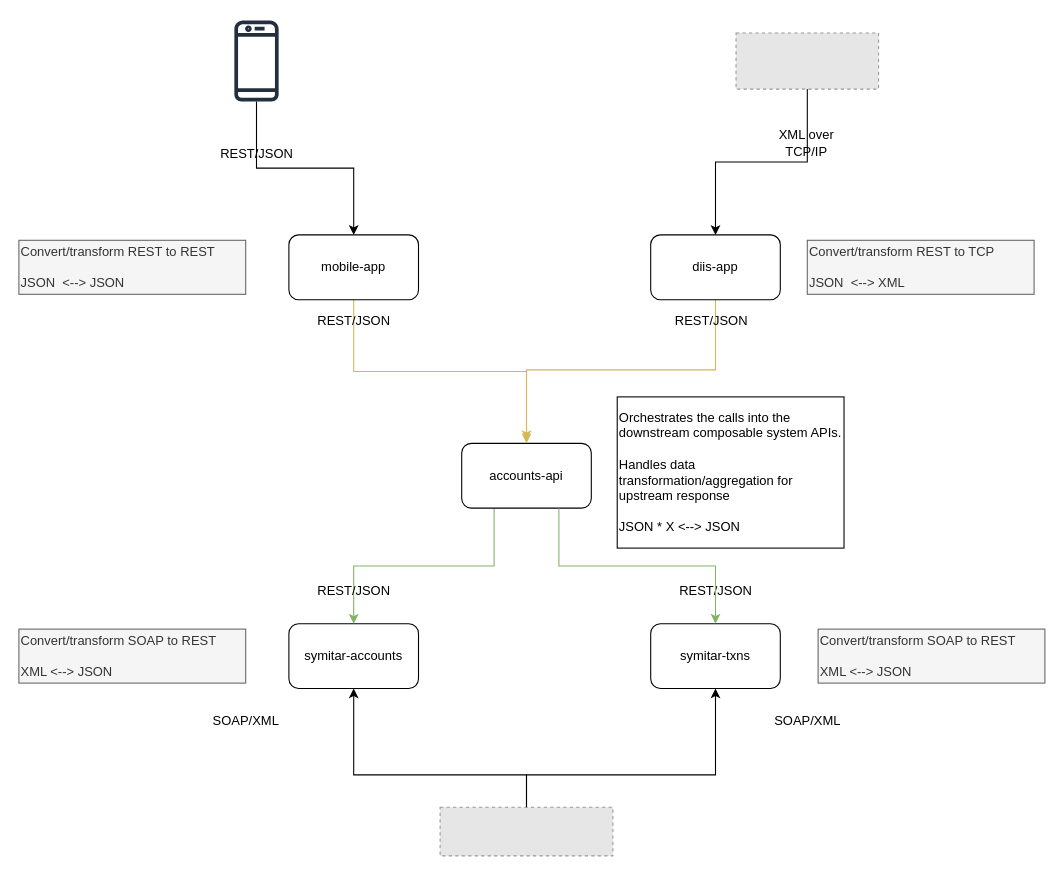
stephenpnscorr/xomdrawi.io keeps this draw.io diagram as foundation/Foundation Common.drawio. Above is the earlier version. Source tidied: cells renumbered, new cells numbered last; positions are measured from the earlier drawing's top-left corner, leaving out a move shared by most shapes. Both pictures are drawn from the tidied source at 108%, with x=0, y=0 at pixel (18, 18). Pictures stored in the file or linked from it are replaced by grey dashed boxes.
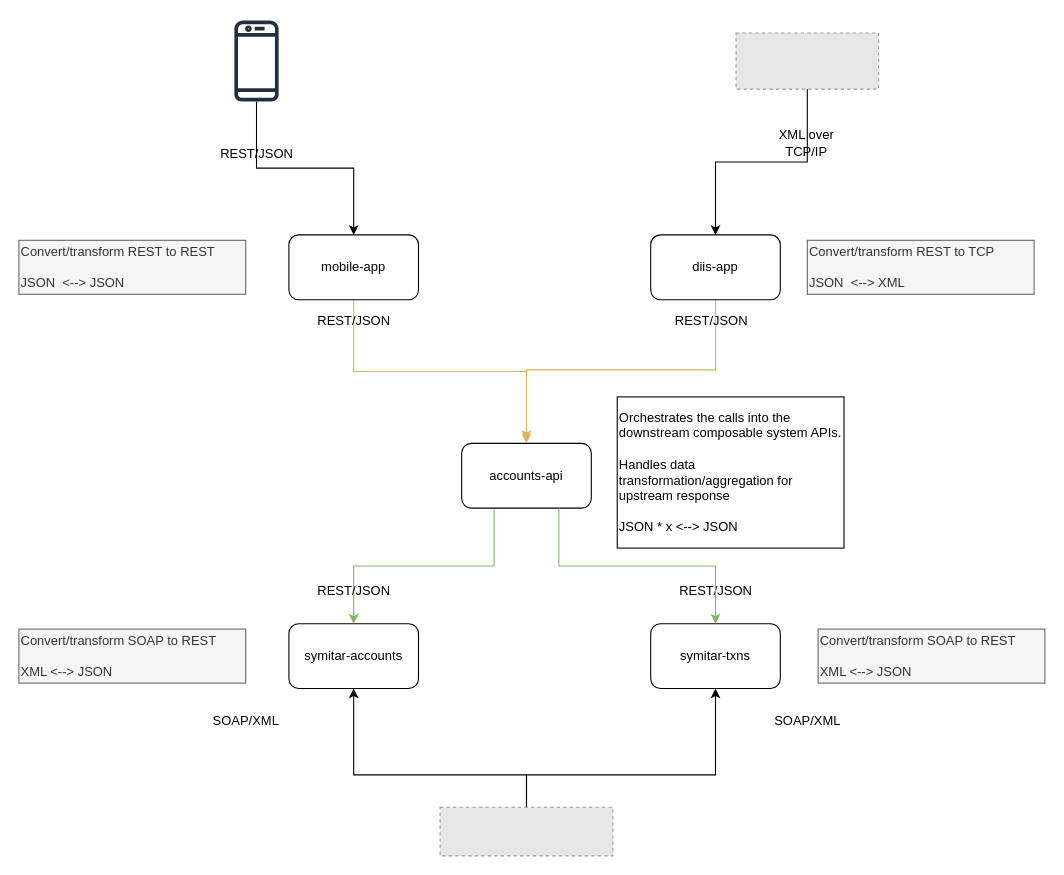
The same page after the edit.

Diff of the diagram source:
```diff
@@
-    <mxCell id="24" value="&lt;div&gt;Orchestrates the calls into the downstream composable system APIs.&lt;/div&gt;&lt;div&gt;&lt;br&gt;&lt;/div&gt;&lt;div&gt;Handles data transformation/aggregation for upstream response&lt;/div&gt;&lt;div&gt;&lt;br&gt;&lt;/div&gt;&lt;div&gt;JSON * X &amp;lt;--&amp;gt; JSON&lt;/div&gt;" style="rounded=0;whiteSpace=wrap;html=1;align=left;" parent="1" vertex="1">
+    <mxCell id="24" value="&lt;div&gt;Orchestrates the calls into the downstream composable system APIs.&lt;/div&gt;&lt;div&gt;&lt;br&gt;&lt;/div&gt;&lt;div&gt;Handles data transformation/aggregation for upstream response&lt;/div&gt;&lt;div&gt;&lt;br&gt;&lt;/div&gt;&lt;div&gt;JSON * x &amp;lt;--&amp;gt; JSON&lt;/div&gt;" style="rounded=0;whiteSpace=wrap;html=1;align=left;" parent="1" vertex="1">
       <mxGeometry x="554" y="350" width="210" height="140" as="geometry" />
     </mxCell>
```
